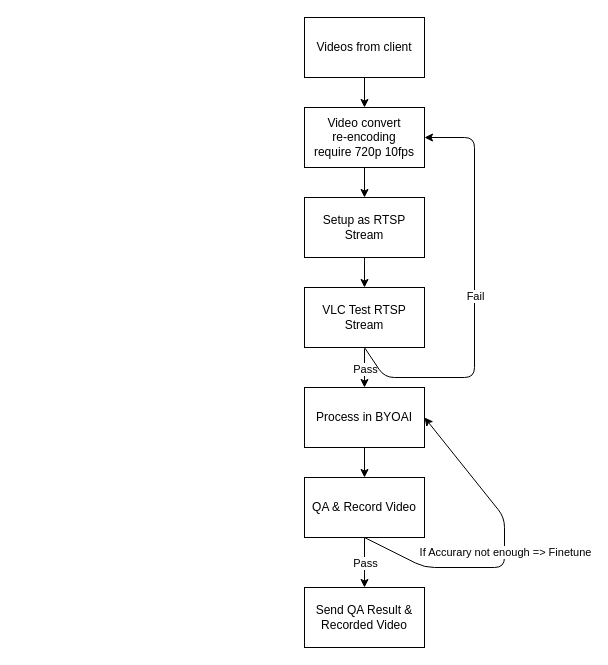
Above: BYOAI Work Flow.drawio in QAlexBall/diagrams (draw.io), before the change. Source tidied: cells renumbered, new cells numbered last; positions are measured from the earlier drawing's top-left corner, leaving out a move shared by most shapes. Both pictures are drawn from the tidied source at 100%, with x=0, y=0 at pixel (304, 17).
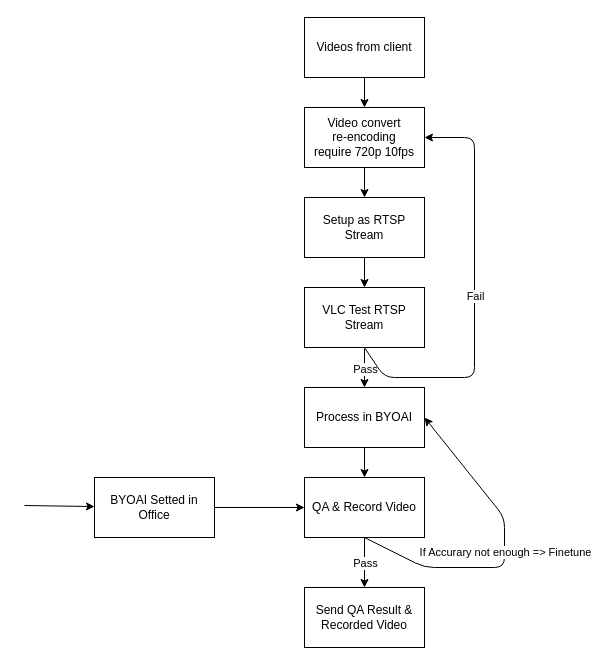
After the change.

The change refers to these unchanged cells:
```xml
<mxCell id="14" value="QA &amp;amp; Record Video" style="rounded=0;whiteSpace=wrap;html=1;" parent="1" vertex="1">
  <mxGeometry y="460" width="120" height="60" as="geometry" />
</mxCell>
```

Change to the diagram source:
```diff
@@
+    <mxCell id="21" style="endArrow=classic;html=1;" parent="1" edge="1" target="22">
+      <mxGeometry relative="1" as="geometry">
+        <mxPoint x="-280" y="488" as="sourcePoint" />
+      </mxGeometry>
+    </mxCell>
+    <mxCell id="22" value="BYOAI Setted in Office" style="rounded=0;whiteSpace=wrap;html=1;" parent="1" vertex="1">
+      <mxGeometry x="-210" y="460" width="120" height="60" as="geometry" />
+    </mxCell>
+    <mxCell id="23" style="endArrow=classic;html=1;exitX=1;exitY=0.5;exitDx=0;exitDy=0;entryX=0;entryY=0.5;entryDx=0;entryDy=0;" parent="1" edge="1" source="22" target="14">
+      <mxGeometry relative="1" as="geometry" />
+    </mxCell>
```
